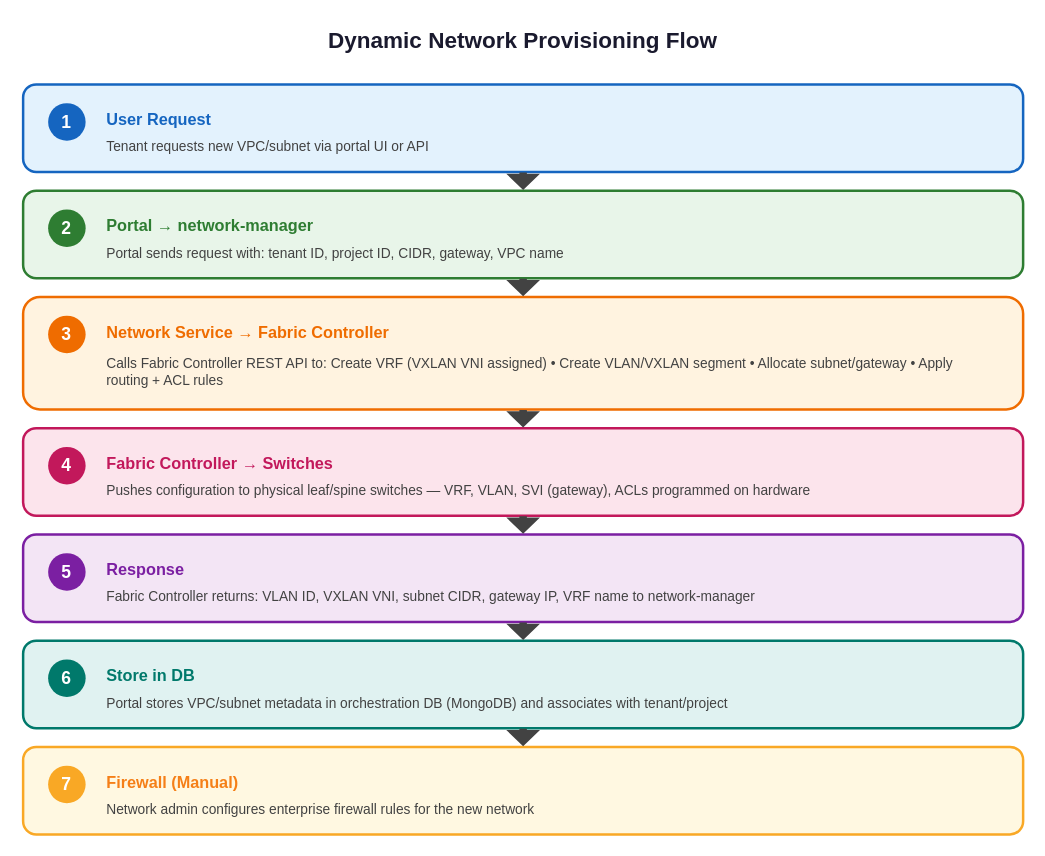
Above: docs/diagrams/dynamic-network-provisioning.drawio in aamir939/Documentation (draw.io), before the change. Source tidied: cells renumbered, new cells numbered last; positions are measured from the earlier drawing's top-left corner, leaving out a move shared by most shapes. Both pictures are drawn from the tidied source at 125%, with x=0, y=0 at pixel (22, 21).
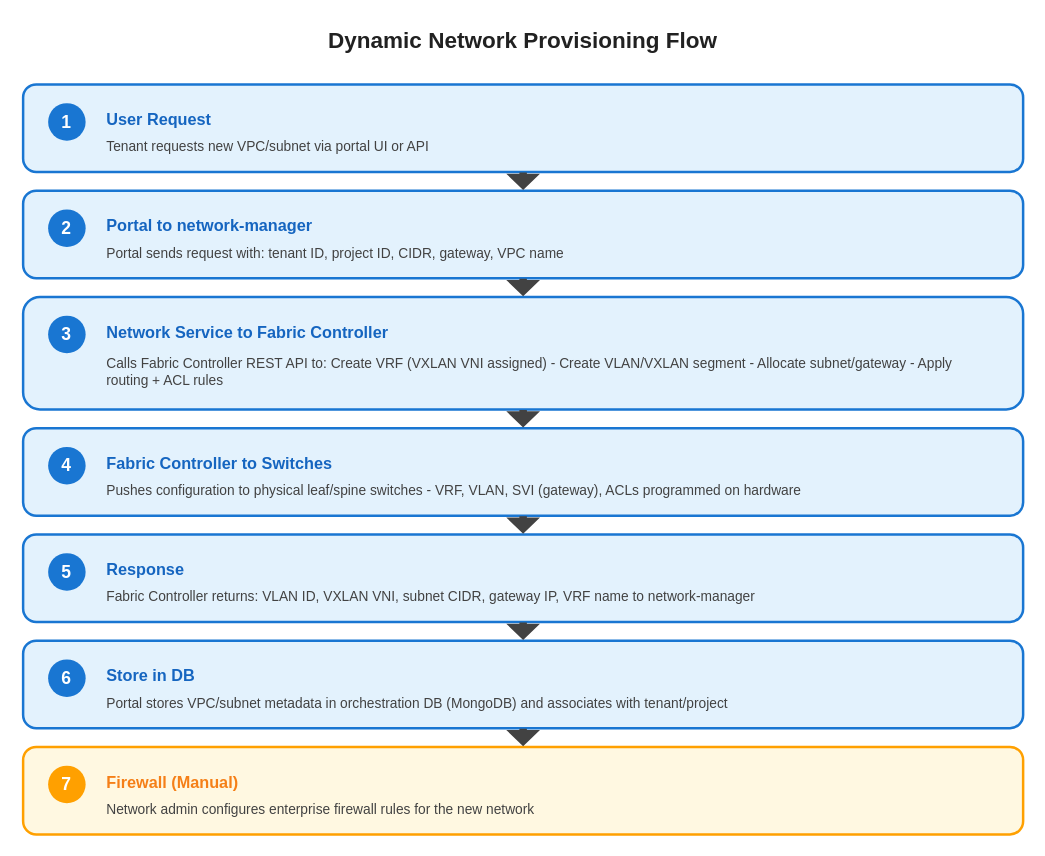
After the change.

Diff of the diagram source:
```diff
@@
-    <mxCell id="2" value="Dynamic Network Provisioning Flow" style="text;html=1;strokeColor=none;fillColor=none;align=center;verticalAlign=middle;whiteSpace=wrap;rounded=0;fontSize=18;fontStyle=1;fontColor=#1a1a2e;" parent="1" vertex="1">
+    <mxCell id="2" value="Dynamic Network Provisioning Flow" style="text;html=1;strokeColor=none;fillColor=none;align=center;verticalAlign=middle;whiteSpace=wrap;rounded=0;fontSize=18;fontStyle=1;fontColor=#212121;" parent="1" vertex="1">
       <mxGeometry x="225" width="350" height="30" as="geometry" />
     </mxCell>
-    <mxCell id="3" style="rounded=1;whiteSpace=wrap;html=1;fillColor=#e3f2fd;strokeColor=#1565c0;strokeWidth=2;" parent="1" vertex="1">
+    <mxCell id="3" style="rounded=1;whiteSpace=wrap;html=1;fillColor=#e3f2fd;strokeColor=#1976d2;strokeWidth=2;" parent="1" vertex="1">
       <mxGeometry y="50" width="800" height="70" as="geometry" />
     </mxCell>
-    <mxCell id="4" value="1" style="ellipse;whiteSpace=wrap;html=1;fillColor=#1565c0;strokeColor=none;fontColor=#ffffff;fontSize=14;fontStyle=1;" parent="1" vertex="1">
+    <mxCell id="4" value="1" style="ellipse;whiteSpace=wrap;html=1;fillColor=#1976d2;strokeColor=none;fontColor=#ffffff;fontSize=14;fontStyle=1;" parent="1" vertex="1">
       <mxGeometry x="20" y="65" width="30" height="30" as="geometry" />
     </mxCell>
@@
-    <mxCell id="7" style="rounded=1;whiteSpace=wrap;html=1;fillColor=#e8f5e9;strokeColor=#2e7d32;strokeWidth=2;" parent="1" vertex="1">
+    <mxCell id="7" style="rounded=1;whiteSpace=wrap;html=1;fillColor=#e3f2fd;strokeColor=#1976d2;strokeWidth=2;" parent="1" vertex="1">
       <mxGeometry y="135" width="800" height="70" as="geometry" />
     </mxCell>
-    <mxCell id="8" value="2" style="ellipse;whiteSpace=wrap;html=1;fillColor=#2e7d32;strokeColor=none;fontColor=#ffffff;fontSize=14;fontStyle=1;" parent="1" vertex="1">
+    <mxCell id="8" value="2" style="ellipse;whiteSpace=wrap;html=1;fillColor=#1976d2;strokeColor=none;fontColor=#ffffff;fontSize=14;fontStyle=1;" parent="1" vertex="1">
       <mxGeometry x="20" y="150" width="30" height="30" as="geometry" />
     </mxCell>
-    <mxCell id="9" value="Portal → network-manager" style="text;html=1;strokeColor=none;fillColor=none;align=left;verticalAlign=middle;fontStyle=1;fontSize=13;fontColor=#2e7d32;" parent="1" vertex="1">
+    <mxCell id="9" value="Portal to network-manager" style="text;html=1;strokeColor=none;fillColor=none;align=left;verticalAlign=middle;fontStyle=1;fontSize=13;fontColor=#1565c0;" parent="1" vertex="1">
       <mxGeometry x="65" y="150" width="250" height="25" as="geometry" />
     </mxCell>
@@
-    <mxCell id="11" style="rounded=1;whiteSpace=wrap;html=1;fillColor=#fff3e0;strokeColor=#ef6c00;strokeWidth=2;" parent="1" vertex="1">
+    <mxCell id="11" style="rounded=1;whiteSpace=wrap;html=1;fillColor=#e3f2fd;strokeColor=#1976d2;strokeWidth=2;" parent="1" vertex="1">
       <mxGeometry y="220" width="800" height="90" as="geometry" />
     </mxCell>
-    <mxCell id="12" value="3" style="ellipse;whiteSpace=wrap;html=1;fillColor=#ef6c00;strokeColor=none;fontColor=#ffffff;fontSize=14;fontStyle=1;" parent="1" vertex="1">
+    <mxCell id="12" value="3" style="ellipse;whiteSpace=wrap;html=1;fillColor=#1976d2;strokeColor=none;fontColor=#ffffff;fontSize=14;fontStyle=1;" parent="1" vertex="1">
       <mxGeometry x="20" y="235" width="30" height="30" as="geometry" />
     </mxCell>
-    <mxCell id="13" value="Network Service → Fabric Controller" style="text;html=1;strokeColor=none;fillColor=none;align=left;verticalAlign=middle;fontStyle=1;fontSize=13;fontColor=#ef6c00;" parent="1" vertex="1">
+    <mxCell id="13" value="Network Service to Fabric Controller" style="text;html=1;strokeColor=none;fillColor=none;align=left;verticalAlign=middle;fontStyle=1;fontSize=13;fontColor=#1565c0;" parent="1" vertex="1">
       <mxGeometry x="65" y="235" width="250" height="25" as="geometry" />
     </mxCell>
-    <mxCell id="14" value="Calls Fabric Controller REST API to: Create VRF (VXLAN VNI assigned) • Create VLAN/VXLAN segment • Allocate subnet/gateway • Apply routing + ACL rules" style="text;html=1;strokeColor=none;fillColor=none;align=left;verticalAlign=middle;fontSize=11;fontColor=#424242;whiteSpace=wrap;" parent="1" vertex="1">
+    <mxCell id="14" value="Calls Fabric Controller REST API to: Create VRF (VXLAN VNI assigned) - Create VLAN/VXLAN segment - Allocate subnet/gateway - Apply routing + ACL rules" style="text;html=1;strokeColor=none;fillColor=none;align=left;verticalAlign=middle;fontSize=11;fontColor=#424242;whiteSpace=wrap;" parent="1" vertex="1">
       <mxGeometry x="65" y="260" width="700" height="40" as="geometry" />
     </mxCell>
-    <mxCell id="15" style="rounded=1;whiteSpace=wrap;html=1;fillColor=#fce4ec;strokeColor=#c2185b;strokeWidth=2;" parent="1" vertex="1">
+    <mxCell id="15" style="rounded=1;whiteSpace=wrap;html=1;fillColor=#e3f2fd;strokeColor=#1976d2;strokeWidth=2;" parent="1" vertex="1">
       <mxGeometry y="325" width="800" height="70" as="geometry" />
     </mxCell>
-    <mxCell id="16" value="4" style="ellipse;whiteSpace=wrap;html=1;fillColor=#c2185b;strokeColor=none;fontColor=#ffffff;fontSize=14;fontStyle=1;" parent="1" vertex="1">
+    <mxCell id="16" value="4" style="ellipse;whiteSpace=wrap;html=1;fillColor=#1976d2;strokeColor=none;fontColor=#ffffff;fontSize=14;fontStyle=1;" parent="1" vertex="1">
       <mxGeometry x="20" y="340" width="30" height="30" as="geometry" />
     </mxCell>
-    <mxCell id="17" value="Fabric Controller → Switches" style="text;html=1;strokeColor=none;fillColor=none;align=left;verticalAlign=middle;fontStyle=1;fontSize=13;fontColor=#c2185b;" parent="1" vertex="1">
+    <mxCell id="17" value="Fabric Controller to Switches" style="text;html=1;strokeColor=none;fillColor=none;align=left;verticalAlign=middle;fontStyle=1;fontSize=13;fontColor=#1565c0;" parent="1" vertex="1">
       <mxGeometry x="65" y="340" width="200" height="25" as="geometry" />
     </mxCell>
-    <mxCell id="18" value="Pushes configuration to physical leaf/spine switches — VRF, VLAN, SVI (gateway), ACLs programmed on hardware" style="text;html=1;strokeColor=none;fillColor=none;align=left;verticalAlign=middle;fontSize=11;fontColor=#424242;" parent="1" vertex="1">
+    <mxCell id="18" value="Pushes configuration to physical leaf/spine switches - VRF, VLAN, SVI (gateway), ACLs programmed on hardware" style="text;html=1;strokeColor=none;fillColor=none;align=left;verticalAlign=middle;fontSize=11;fontColor=#424242;" parent="1" vertex="1">
       <mxGeometry x="65" y="365" width="600" height="20" as="geometry" />
     </mxCell>
-    <mxCell id="19" style="rounded=1;whiteSpace=wrap;html=1;fillColor=#f3e5f5;strokeColor=#7b1fa2;strokeWidth=2;" parent="1" vertex="1">
+    <mxCell id="19" style="rounded=1;whiteSpace=wrap;html=1;fillColor=#e3f2fd;strokeColor=#1976d2;strokeWidth=2;" parent="1" vertex="1">
       <mxGeometry y="410" width="800" height="70" as="geometry" />
     </mxCell>
-    <mxCell id="20" value="5" style="ellipse;whiteSpace=wrap;html=1;fillColor=#7b1fa2;strokeColor=none;fontColor=#ffffff;fontSize=14;fontStyle=1;" parent="1" vertex="1">
+    <mxCell id="20" value="5" style="ellipse;whiteSpace=wrap;html=1;fillColor=#1976d2;strokeColor=none;fontColor=#ffffff;fontSize=14;fontStyle=1;" parent="1" vertex="1">
       <mxGeometry x="20" y="425" width="30" height="30" as="geometry" />
     </mxCell>
-    <mxCell id="21" value="Response" style="text;html=1;strokeColor=none;fillColor=none;align=left;verticalAlign=middle;fontStyle=1;fontSize=13;fontColor=#7b1fa2;" parent="1" vertex="1">
+    <mxCell id="21" value="Response" style="text;html=1;strokeColor=none;fillColor=none;align=left;verticalAlign=middle;fontStyle=1;fontSize=13;fontColor=#1565c0;" parent="1" vertex="1">
       <mxGeometry x="65" y="425" width="150" height="25" as="geometry" />
     </mxCell>
@@
-    <mxCell id="23" style="rounded=1;whiteSpace=wrap;html=1;fillColor=#e0f2f1;strokeColor=#00796b;strokeWidth=2;" parent="1" vertex="1">
+    <mxCell id="23" style="rounded=1;whiteSpace=wrap;html=1;fillColor=#e3f2fd;strokeColor=#1976d2;strokeWidth=2;" parent="1" vertex="1">
       <mxGeometry y="495" width="800" height="70" as="geometry" />
     </mxCell>
-    <mxCell id="24" value="6" style="ellipse;whiteSpace=wrap;html=1;fillColor=#00796b;strokeColor=none;fontColor=#ffffff;fontSize=14;fontStyle=1;" parent="1" vertex="1">
+    <mxCell id="24" value="6" style="ellipse;whiteSpace=wrap;html=1;fillColor=#1976d2;strokeColor=none;fontColor=#ffffff;fontSize=14;fontStyle=1;" parent="1" vertex="1">
       <mxGeometry x="20" y="510" width="30" height="30" as="geometry" />
     </mxCell>
-    <mxCell id="25" value="Store in DB" style="text;html=1;strokeColor=none;fillColor=none;align=left;verticalAlign=middle;fontStyle=1;fontSize=13;fontColor=#00796b;" parent="1" vertex="1">
+    <mxCell id="25" value="Store in DB" style="text;html=1;strokeColor=none;fillColor=none;align=left;verticalAlign=middle;fontStyle=1;fontSize=13;fontColor=#1565c0;" parent="1" vertex="1">
       <mxGeometry x="65" y="510" width="150" height="25" as="geometry" />
     </mxCell>
@@
-    <mxCell id="27" style="rounded=1;whiteSpace=wrap;html=1;fillColor=#fff8e1;strokeColor=#f9a825;strokeWidth=2;" parent="1" vertex="1">
+    <mxCell id="27" style="rounded=1;whiteSpace=wrap;html=1;fillColor=#fff8e1;strokeColor=#ffa000;strokeWidth=2;" parent="1" vertex="1">
       <mxGeometry y="580" width="800" height="70" as="geometry" />
     </mxCell>
-    <mxCell id="28" value="7" style="ellipse;whiteSpace=wrap;html=1;fillColor=#f9a825;strokeColor=none;fontColor=#ffffff;fontSize=14;fontStyle=1;" parent="1" vertex="1">
+    <mxCell id="28" value="7" style="ellipse;whiteSpace=wrap;html=1;fillColor=#ffa000;strokeColor=none;fontColor=#ffffff;fontSize=14;fontStyle=1;" parent="1" vertex="1">
       <mxGeometry x="20" y="595" width="30" height="30" as="geometry" />
     </mxCell>
```
